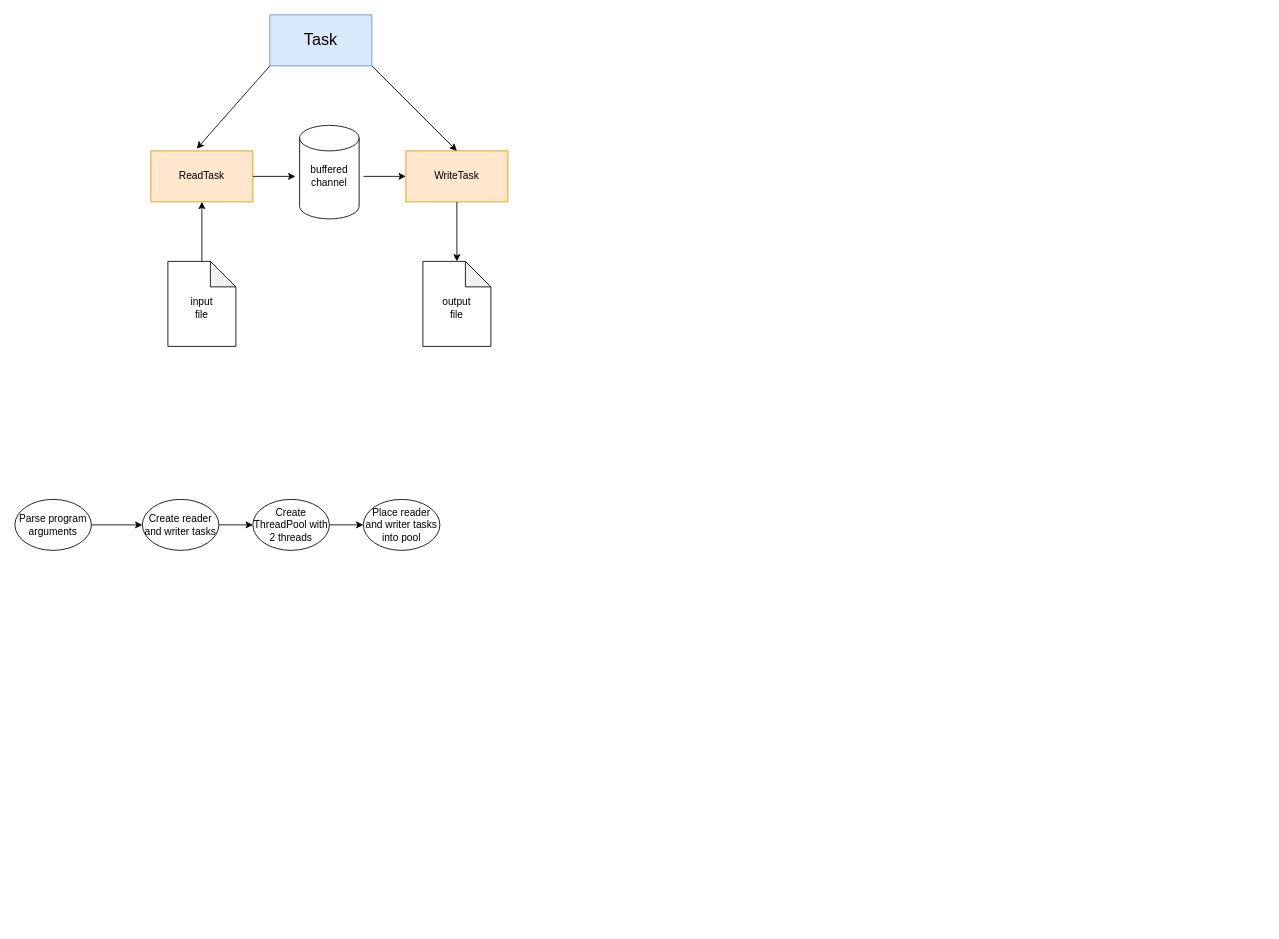
Above: CopyUtility.drawio in VladimirTakeda/Epam-cpp (draw.io), before the change. Source tidied: cells renumbered, new cells numbered last; positions are measured from the earlier drawing's top-left corner, leaving out a move shared by most shapes. Both pictures are drawn from the tidied source at 85%, with x=0, y=0 at pixel (14, 14).
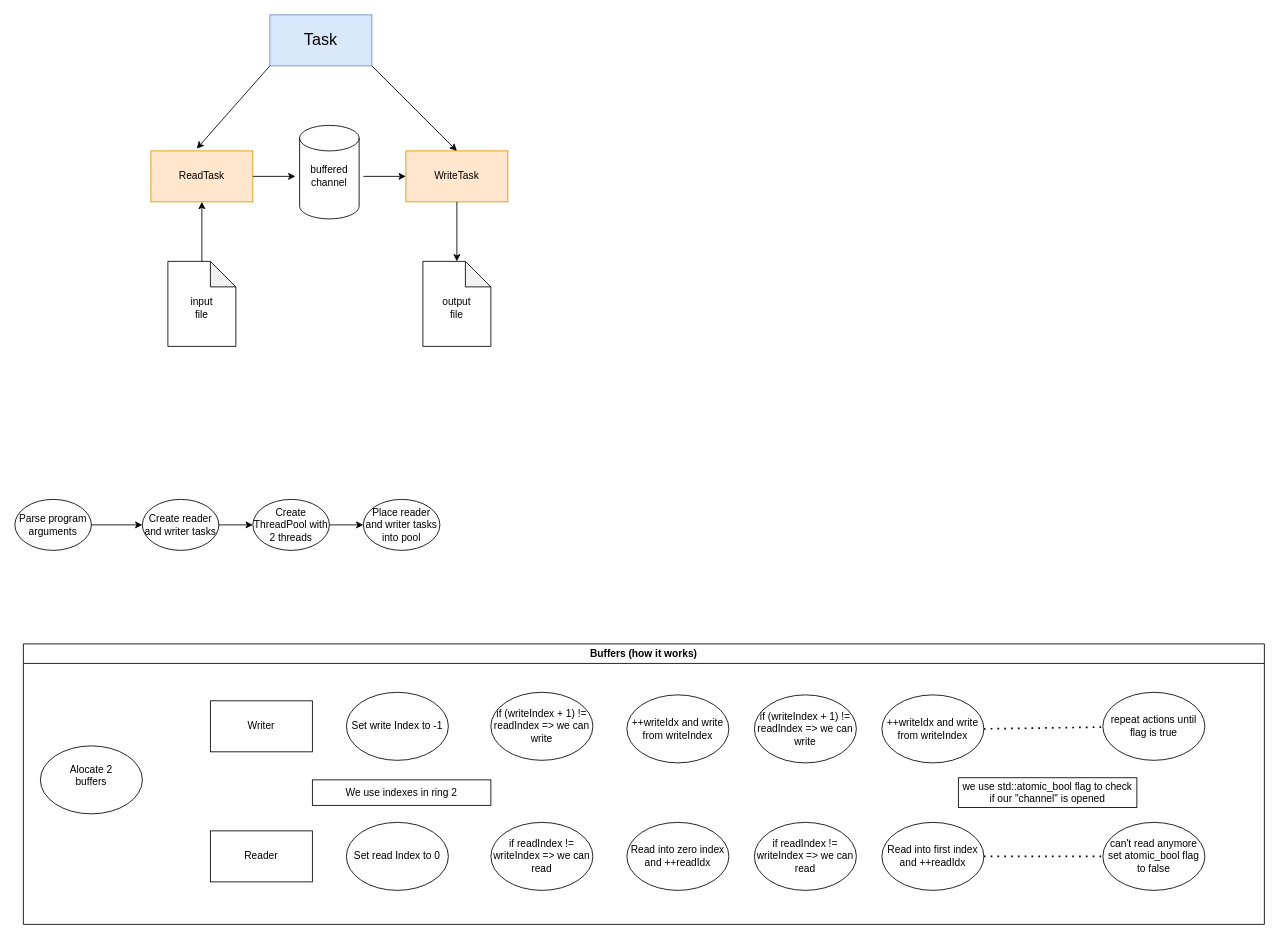
After the change.

Diff of the diagram source:
```diff
@@
+    <mxCell id="27" value="Buffers (how it works)" style="swimlane;whiteSpace=wrap;html=1;" parent="1" vertex="1">
+      <mxGeometry x="10" y="740" width="1460" height="330" as="geometry" />
+    </mxCell>
+    <mxCell id="28" style="ellipse;whiteSpace=wrap;html=1;" parent="27" vertex="1">
+      <mxGeometry x="20" y="120" width="120" height="80" as="geometry" />
+    </mxCell>
+    <mxCell id="29" value="Alocate 2 buffers" style="text;html=1;align=center;verticalAlign=middle;whiteSpace=wrap;rounded=0;" parent="27" vertex="1">
+      <mxGeometry x="50" y="140" width="60" height="30" as="geometry" />
+    </mxCell>
+    <mxCell id="30" value="Read into zero index and ++readIdx" style="ellipse;whiteSpace=wrap;html=1;" parent="27" vertex="1">
+      <mxGeometry x="710" y="210" width="120" height="80" as="geometry" />
+    </mxCell>
+    <mxCell id="31" value="if (writeIndex + 1) != readIndex =&amp;gt; we can write" style="ellipse;whiteSpace=wrap;html=1;" parent="27" vertex="1">
+      <mxGeometry x="550" y="57" width="120" height="80" as="geometry" />
+    </mxCell>
+    <mxCell id="32" value="Read into first index&lt;br&gt;and ++readIdx" style="ellipse;whiteSpace=wrap;html=1;" parent="27" vertex="1">
+      <mxGeometry x="1010" y="210" width="120" height="80" as="geometry" />
+    </mxCell>
+    <mxCell id="33" value="Writer" style="rounded=0;whiteSpace=wrap;html=1;" parent="27" vertex="1">
+      <mxGeometry x="220" y="67" width="120" height="60" as="geometry" />
+    </mxCell>
+    <mxCell id="34" value="Reader" style="rounded=0;whiteSpace=wrap;html=1;" parent="27" vertex="1">
+      <mxGeometry x="220" y="220" width="120" height="60" as="geometry" />
+    </mxCell>
+    <mxCell id="35" value="&lt;span style=&quot;color: rgb(0, 0, 0); font-family: Helvetica; font-size: 12px; font-style: normal; font-variant-ligatures: normal; font-variant-caps: normal; font-weight: 400; letter-spacing: normal; orphans: 2; text-align: center; text-indent: 0px; text-transform: none; widows: 2; word-spacing: 0px; -webkit-text-stroke-width: 0px; white-space: normal; background-color: rgb(251, 251, 251); text-decoration-thickness: initial; text-decoration-style: initial; text-decoration-color: initial; display: inline !important; float: none;&quot;&gt;Set write Index to -1&lt;/span&gt;" style="ellipse;whiteSpace=wrap;html=1;" parent="27" vertex="1">
+      <mxGeometry x="380" y="57" width="120" height="80" as="geometry" />
+    </mxCell>
+    <mxCell id="36" value="&lt;span style=&quot;color: rgb(0, 0, 0); font-family: Helvetica; font-size: 12px; font-style: normal; font-variant-ligatures: normal; font-variant-caps: normal; font-weight: 400; letter-spacing: normal; orphans: 2; text-align: center; text-indent: 0px; text-transform: none; widows: 2; word-spacing: 0px; -webkit-text-stroke-width: 0px; white-space: normal; background-color: rgb(251, 251, 251); text-decoration-thickness: initial; text-decoration-style: initial; text-decoration-color: initial; display: inline !important; float: none;&quot;&gt;Set read Index to 0&lt;/span&gt;" style="ellipse;whiteSpace=wrap;html=1;" parent="27" vertex="1">
+      <mxGeometry x="380" y="210" width="120" height="80" as="geometry" />
+    </mxCell>
+    <mxCell id="37" value="++writeIdx and write from writeIndex" style="ellipse;whiteSpace=wrap;html=1;" parent="27" vertex="1">
+      <mxGeometry x="710" y="60" width="120" height="80" as="geometry" />
+    </mxCell>
+    <mxCell id="38" value="We use indexes in ring 2" style="rounded=0;whiteSpace=wrap;html=1;" parent="27" vertex="1">
+      <mxGeometry x="340" y="160" width="210" height="30" as="geometry" />
+    </mxCell>
+    <mxCell id="39" value="if readIndex != writeIndex =&amp;gt; we can read" style="ellipse;whiteSpace=wrap;html=1;" parent="27" vertex="1">
+      <mxGeometry x="550" y="210" width="120" height="80" as="geometry" />
+    </mxCell>
+    <mxCell id="40" value="if readIndex != writeIndex =&amp;gt; we can read" style="ellipse;whiteSpace=wrap;html=1;" parent="27" vertex="1">
+      <mxGeometry x="860" y="210" width="120" height="80" as="geometry" />
+    </mxCell>
+    <mxCell id="41" value="if (writeIndex + 1) != readIndex =&amp;gt; we can write" style="ellipse;whiteSpace=wrap;html=1;" parent="27" vertex="1">
+      <mxGeometry x="860" y="60" width="120" height="80" as="geometry" />
+    </mxCell>
+    <mxCell id="42" value="++writeIdx and write from writeIndex" style="ellipse;whiteSpace=wrap;html=1;" parent="27" vertex="1">
+      <mxGeometry x="1010" y="60" width="120" height="80" as="geometry" />
+    </mxCell>
+    <mxCell id="43" value="can't read anymore&lt;div&gt;set atomic_bool flag to false&lt;/div&gt;" style="ellipse;whiteSpace=wrap;html=1;" parent="27" vertex="1">
+      <mxGeometry x="1270" y="210" width="120" height="80" as="geometry" />
+    </mxCell>
+    <mxCell id="44" value="repeat actions until flag is true" style="ellipse;whiteSpace=wrap;html=1;" parent="27" vertex="1">
+      <mxGeometry x="1270" y="57" width="120" height="80" as="geometry" />
+    </mxCell>
+    <mxCell id="45" style="endArrow=none;dashed=1;html=1;dashPattern=1 3;strokeWidth=2;rounded=0;exitX=1;exitY=0.5;exitDx=0;exitDy=0;" parent="27" edge="1" source="42" target="44">
+      <mxGeometry relative="1" as="geometry" />
+    </mxCell>
+    <mxCell id="46" style="endArrow=none;dashed=1;html=1;dashPattern=1 3;strokeWidth=2;rounded=0;exitX=1;exitY=0.5;exitDx=0;exitDy=0;entryX=0;entryY=0.5;entryDx=0;entryDy=0;" parent="27" edge="1" source="32" target="43">
+      <mxGeometry relative="1" as="geometry" />
+    </mxCell>
+    <mxCell id="47" value="we use std::atomic_bool flag to check if our &quot;channel&quot; is opened" style="rounded=0;whiteSpace=wrap;html=1;" parent="27" vertex="1">
+      <mxGeometry x="1100" y="157.5" width="210" height="35" as="geometry" />
+    </mxCell>
```
